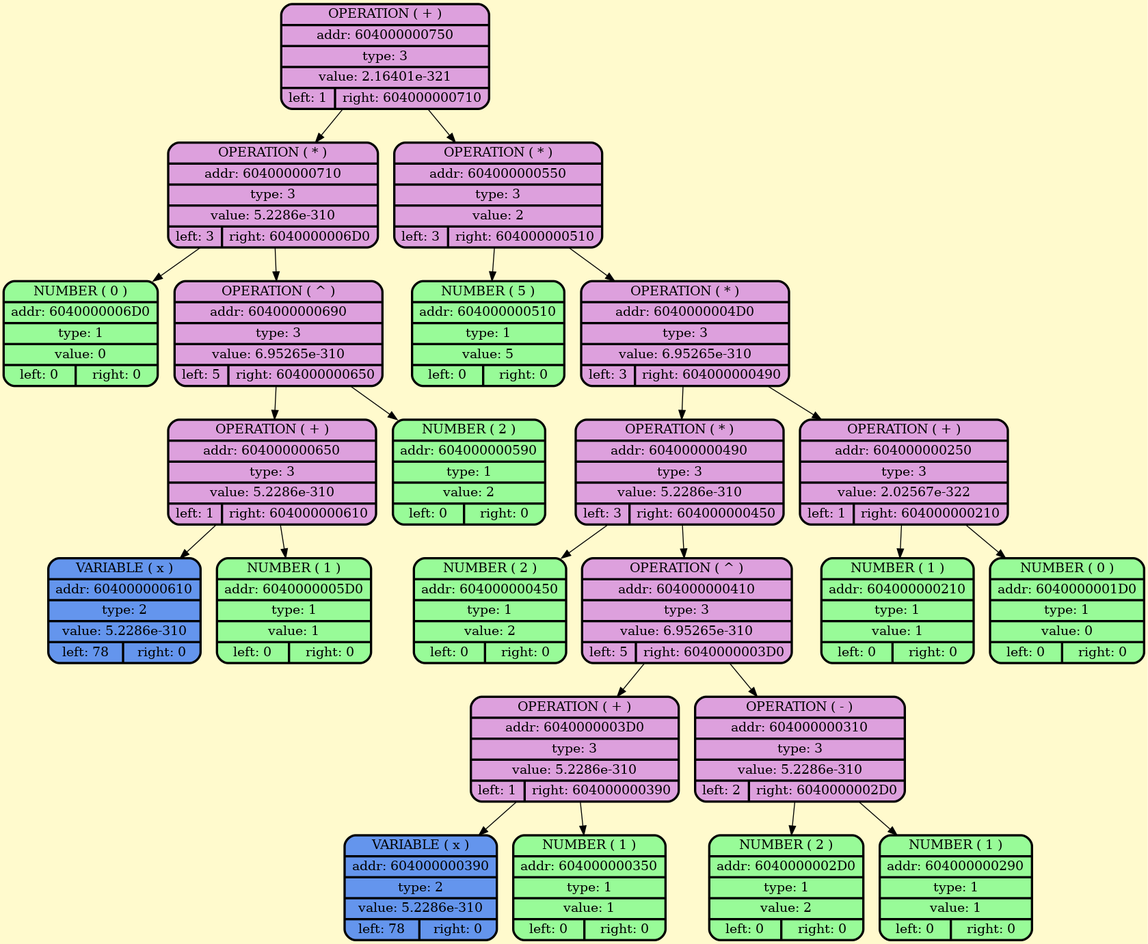
Before: dump/deriv.png, a diagram exported from Graphviz (BulgakovDmitry/differentiator). Its source is kept beside it as dump/deriv.gv.
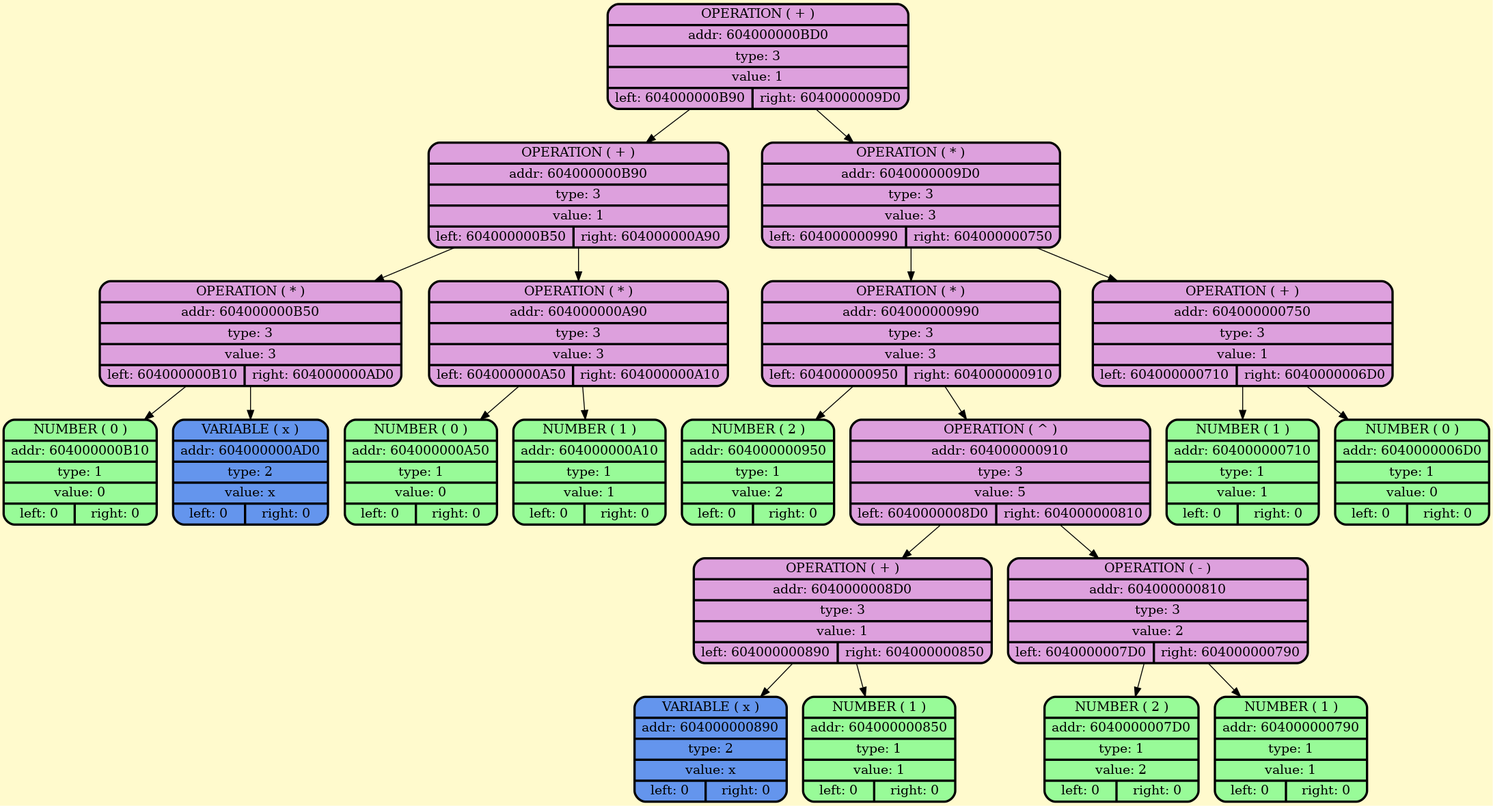
Later version of the same file.

Diff of the diagram source:
```diff
@@ -2,49 +2,45 @@
     node [style=filled, fontcolor=darkblue, fillcolor=peachpuff, color="#252A34", penwidth=2.5];
     bgcolor="lemonchiffon";
 
-node_0x604000000750 [shape=Mrecord; style = filled; fillcolor=plum; color = "#000000"; fontcolor = "#000000";label=" {OPERATION ( + ) | addr: 604000000750 | type: 3 | value: 2.16401e-321 | {left: 1 | right: 604000000710}} "];
-node_0x604000000710 [shape=Mrecord; style = filled; fillcolor=plum; color = "#000000"; fontcolor = "#000000";label=" {OPERATION ( * ) | addr: 604000000710 | type: 3 | value: 5.2286e-310 | {left: 3 | right: 6040000006D0}} "];
+node_0x604000000bd0 [shape=Mrecord; style = filled; fillcolor=plum; color = "#000000"; fontcolor = "#000000";label=" {OPERATION ( + ) | addr: 604000000BD0 | type: 3 | value: 1 | {left: 604000000B90 | right: 6040000009D0}} "];
+node_0x604000000b90 [shape=Mrecord; style = filled; fillcolor=plum; color = "#000000"; fontcolor = "#000000";label=" {OPERATION ( + ) | addr: 604000000B90 | type: 3 | value: 1 | {left: 604000000B50 | right: 604000000A90}} "];
+node_0x604000000b50 [shape=Mrecord; style = filled; fillcolor=plum; color = "#000000"; fontcolor = "#000000";label=" {OPERATION ( * ) | addr: 604000000B50 | type: 3 | value: 3 | {left: 604000000B10 | right: 604000000AD0}} "];
+    node_0x604000000b10 [shape=Mrecord; style = filled; fillcolor = palegreen; color = "#000000"; fontcolor = "#000000";  label="  {NUMBER ( 0 )| addr: 604000000B10 | type: 1| value: 0 | {left: 0 | right: 0}} "];
+    node_0x604000000ad0 [shape=Mrecord; style = filled; fillcolor = cornflowerblue; color = "#000000"; fontcolor = "#000000";  label="  {VARIABLE ( x )| addr: 604000000AD0 | type: 2| value: x | {left: 0 | right: 0}} "];
+node_0x604000000a90 [shape=Mrecord; style = filled; fillcolor=plum; color = "#000000"; fontcolor = "#000000";label=" {OPERATION ( * ) | addr: 604000000A90 | type: 3 | value: 3 | {left: 604000000A50 | right: 604000000A10}} "];
+    node_0x604000000a50 [shape=Mrecord; style = filled; fillcolor = palegreen; color = "#000000"; fontcolor = "#000000";  label="  {NUMBER ( 0 )| addr: 604000000A50 | type: 1| value: 0 | {left: 0 | right: 0}} "];
+    node_0x604000000a10 [shape=Mrecord; style = filled; fillcolor = palegreen; color = "#000000"; fontcolor = "#000000";  label="  {NUMBER ( 1 )| addr: 604000000A10 | type: 1| value: 1 | {left: 0 | right: 0}} "];
+node_0x6040000009d0 [shape=Mrecord; style = filled; fillcolor=plum; color = "#000000"; fontcolor = "#000000";label=" {OPERATION ( * ) | addr: 6040000009D0 | type: 3 | value: 3 | {left: 604000000990 | right: 604000000750}} "];
+node_0x604000000990 [shape=Mrecord; style = filled; fillcolor=plum; color = "#000000"; fontcolor = "#000000";label=" {OPERATION ( * ) | addr: 604000000990 | type: 3 | value: 3 | {left: 604000000950 | right: 604000000910}} "];
+    node_0x604000000950 [shape=Mrecord; style = filled; fillcolor = palegreen; color = "#000000"; fontcolor = "#000000";  label="  {NUMBER ( 2 )| addr: 604000000950 | type: 1| value: 2 | {left: 0 | right: 0}} "];
+node_0x604000000910 [shape=Mrecord; style = filled; fillcolor=plum; color = "#000000"; fontcolor = "#000000";label=" {OPERATION ( ^ ) | addr: 604000000910 | type: 3 | value: 5 | {left: 6040000008D0 | right: 604000000810}} "];
+node_0x6040000008d0 [shape=Mrecord; style = filled; fillcolor=plum; color = "#000000"; fontcolor = "#000000";label=" {OPERATION ( + ) | addr: 6040000008D0 | type: 3 | value: 1 | {left: 604000000890 | right: 604000000850}} "];
+    node_0x604000000890 [shape=Mrecord; style = filled; fillcolor = cornflowerblue; color = "#000000"; fontcolor = "#000000";  label="  {VARIABLE ( x )| addr: 604000000890 | type: 2| value: x | {left: 0 | right: 0}} "];
+    node_0x604000000850 [shape=Mrecord; style = filled; fillcolor = palegreen; color = "#000000"; fontcolor = "#000000";  label="  {NUMBER ( 1 )| addr: 604000000850 | type: 1| value: 1 | {left: 0 | right: 0}} "];
+node_0x604000000810 [shape=Mrecord; style = filled; fillcolor=plum; color = "#000000"; fontcolor = "#000000";label=" {OPERATION ( - ) | addr: 604000000810 | type: 3 | value: 2 | {left: 6040000007D0 | right: 604000000790}} "];
+    node_0x6040000007d0 [shape=Mrecord; style = filled; fillcolor = palegreen; color = "#000000"; fontcolor = "#000000";  label="  {NUMBER ( 2 )| addr: 6040000007D0 | type: 1| value: 2 | {left: 0 | right: 0}} "];
+    node_0x604000000790 [shape=Mrecord; style = filled; fillcolor = palegreen; color = "#000000"; fontcolor = "#000000";  label="  {NUMBER ( 1 )| addr: 604000000790 | type: 1| value: 1 | {left: 0 | right: 0}} "];
+node_0x604000000750 [shape=Mrecord; style = filled; fillcolor=plum; color = "#000000"; fontcolor = "#000000";label=" {OPERATION ( + ) | addr: 604000000750 | type: 3 | value: 1 | {left: 604000000710 | right: 6040000006D0}} "];
+    node_0x604000000710 [shape=Mrecord; style = filled; fillcolor = palegreen; color = "#000000"; fontcolor = "#000000";  label="  {NUMBER ( 1 )| addr: 604000000710 | type: 1| value: 1 | {left: 0 | right: 0}} "];
     node_0x6040000006d0 [shape=Mrecord; style = filled; fillcolor = palegreen; color = "#000000"; fontcolor = "#000000";  label="  {NUMBER ( 0 )| addr: 6040000006D0 | type: 1| value: 0 | {left: 0 | right: 0}} "];
-node_0x604000000690 [shape=Mrecord; style = filled; fillcolor=plum; color = "#000000"; fontcolor = "#000000";label=" {OPERATION ( ^ ) | addr: 604000000690 | type: 3 | value: 6.95265e-310 | {left: 5 | right: 604000000650}} "];
-node_0x604000000650 [shape=Mrecord; style = filled; fillcolor=plum; color = "#000000"; fontcolor = "#000000";label=" {OPERATION ( + ) | addr: 604000000650 | type: 3 | value: 5.2286e-310 | {left: 1 | right: 604000000610}} "];
-    node_0x604000000610 [shape=Mrecord; style = filled; fillcolor = cornflowerblue; color = "#000000"; fontcolor = "#000000";  label="  {VARIABLE ( x )| addr: 604000000610 | type: 2| value: 5.2286e-310 | {left: 78 | right: 0}} "];
-    node_0x6040000005d0 [shape=Mrecord; style = filled; fillcolor = palegreen; color = "#000000"; fontcolor = "#000000";  label="  {NUMBER ( 1 )| addr: 6040000005D0 | type: 1| value: 1 | {left: 0 | right: 0}} "];
-    node_0x604000000590 [shape=Mrecord; style = filled; fillcolor = palegreen; color = "#000000"; fontcolor = "#000000";  label="  {NUMBER ( 2 )| addr: 604000000590 | type: 1| value: 2 | {left: 0 | right: 0}} "];
-node_0x604000000550 [shape=Mrecord; style = filled; fillcolor=plum; color = "#000000"; fontcolor = "#000000";label=" {OPERATION ( * ) | addr: 604000000550 | type: 3 | value: 2 | {left: 3 | right: 604000000510}} "];
-    node_0x604000000510 [shape=Mrecord; style = filled; fillcolor = palegreen; color = "#000000"; fontcolor = "#000000";  label="  {NUMBER ( 5 )| addr: 604000000510 | type: 1| value: 5 | {left: 0 | right: 0}} "];
-node_0x6040000004d0 [shape=Mrecord; style = filled; fillcolor=plum; color = "#000000"; fontcolor = "#000000";label=" {OPERATION ( * ) | addr: 6040000004D0 | type: 3 | value: 6.95265e-310 | {left: 3 | right: 604000000490}} "];
-node_0x604000000490 [shape=Mrecord; style = filled; fillcolor=plum; color = "#000000"; fontcolor = "#000000";label=" {OPERATION ( * ) | addr: 604000000490 | type: 3 | value: 5.2286e-310 | {left: 3 | right: 604000000450}} "];
-    node_0x604000000450 [shape=Mrecord; style = filled; fillcolor = palegreen; color = "#000000"; fontcolor = "#000000";  label="  {NUMBER ( 2 )| addr: 604000000450 | type: 1| value: 2 | {left: 0 | right: 0}} "];
-node_0x604000000410 [shape=Mrecord; style = filled; fillcolor=plum; color = "#000000"; fontcolor = "#000000";label=" {OPERATION ( ^ ) | addr: 604000000410 | type: 3 | value: 6.95265e-310 | {left: 5 | right: 6040000003D0}} "];
-node_0x6040000003d0 [shape=Mrecord; style = filled; fillcolor=plum; color = "#000000"; fontcolor = "#000000";label=" {OPERATION ( + ) | addr: 6040000003D0 | type: 3 | value: 5.2286e-310 | {left: 1 | right: 604000000390}} "];
-    node_0x604000000390 [shape=Mrecord; style = filled; fillcolor = cornflowerblue; color = "#000000"; fontcolor = "#000000";  label="  {VARIABLE ( x )| addr: 604000000390 | type: 2| value: 5.2286e-310 | {left: 78 | right: 0}} "];
-    node_0x604000000350 [shape=Mrecord; style = filled; fillcolor = palegreen; color = "#000000"; fontcolor = "#000000";  label="  {NUMBER ( 1 )| addr: 604000000350 | type: 1| value: 1 | {left: 0 | right: 0}} "];
-node_0x604000000310 [shape=Mrecord; style = filled; fillcolor=plum; color = "#000000"; fontcolor = "#000000";label=" {OPERATION ( - ) | addr: 604000000310 | type: 3 | value: 5.2286e-310 | {left: 2 | right: 6040000002D0}} "];
-    node_0x6040000002d0 [shape=Mrecord; style = filled; fillcolor = palegreen; color = "#000000"; fontcolor = "#000000";  label="  {NUMBER ( 2 )| addr: 6040000002D0 | type: 1| value: 2 | {left: 0 | right: 0}} "];
-    node_0x604000000290 [shape=Mrecord; style = filled; fillcolor = palegreen; color = "#000000"; fontcolor = "#000000";  label="  {NUMBER ( 1 )| addr: 604000000290 | type: 1| value: 1 | {left: 0 | right: 0}} "];
-node_0x604000000250 [shape=Mrecord; style = filled; fillcolor=plum; color = "#000000"; fontcolor = "#000000";label=" {OPERATION ( + ) | addr: 604000000250 | type: 3 | value: 2.02567e-322 | {left: 1 | right: 604000000210}} "];
-    node_0x604000000210 [shape=Mrecord; style = filled; fillcolor = palegreen; color = "#000000"; fontcolor = "#000000";  label="  {NUMBER ( 1 )| addr: 604000000210 | type: 1| value: 1 | {left: 0 | right: 0}} "];
-    node_0x6040000001d0 [shape=Mrecord; style = filled; fillcolor = palegreen; color = "#000000"; fontcolor = "#000000";  label="  {NUMBER ( 0 )| addr: 6040000001D0 | type: 1| value: 0 | {left: 0 | right: 0}} "];
+    node_0x604000000bd0 -> node_0x604000000b90;
+    node_0x604000000b90 -> node_0x604000000b50;
+    node_0x604000000b50 -> node_0x604000000b10;
+    node_0x604000000b50 -> node_0x604000000ad0;
+    node_0x604000000b90 -> node_0x604000000a90;
+    node_0x604000000a90 -> node_0x604000000a50;
+    node_0x604000000a90 -> node_0x604000000a10;
+    node_0x604000000bd0 -> node_0x6040000009d0;
+    node_0x6040000009d0 -> node_0x604000000990;
+    node_0x604000000990 -> node_0x604000000950;
+    node_0x604000000990 -> node_0x604000000910;
+    node_0x604000000910 -> node_0x6040000008d0;
+    node_0x6040000008d0 -> node_0x604000000890;
+    node_0x6040000008d0 -> node_0x604000000850;
+    node_0x604000000910 -> node_0x604000000810;
+    node_0x604000000810 -> node_0x6040000007d0;
+    node_0x604000000810 -> node_0x604000000790;
+    node_0x6040000009d0 -> node_0x604000000750;
     node_0x604000000750 -> node_0x604000000710;
-    node_0x604000000710 -> node_0x6040000006d0;
-    node_0x604000000710 -> node_0x604000000690;
-    node_0x604000000690 -> node_0x604000000650;
-    node_0x604000000650 -> node_0x604000000610;
-    node_0x604000000650 -> node_0x6040000005d0;
-    node_0x604000000690 -> node_0x604000000590;
-    node_0x604000000750 -> node_0x604000000550;
-    node_0x604000000550 -> node_0x604000000510;
-    node_0x604000000550 -> node_0x6040000004d0;
-    node_0x6040000004d0 -> node_0x604000000490;
-    node_0x604000000490 -> node_0x604000000450;
-    node_0x604000000490 -> node_0x604000000410;
-    node_0x604000000410 -> node_0x6040000003d0;
-    node_0x6040000003d0 -> node_0x604000000390;
-    node_0x6040000003d0 -> node_0x604000000350;
-    node_0x604000000410 -> node_0x604000000310;
-    node_0x604000000310 -> node_0x6040000002d0;
-    node_0x604000000310 -> node_0x604000000290;
-    node_0x6040000004d0 -> node_0x604000000250;
-    node_0x604000000250 -> node_0x604000000210;
-    node_0x604000000250 -> node_0x6040000001d0;
+    node_0x604000000750 -> node_0x6040000006d0;
 }
```
